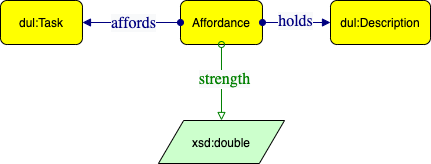
Earlier version of the draw.io export affordance/affordance.png (spice-h2020/SON). Source tidied: cells renumbered, new cells last; positions are measured from the earlier drawing's top-left corner, leaving out a move shared by most shapes.
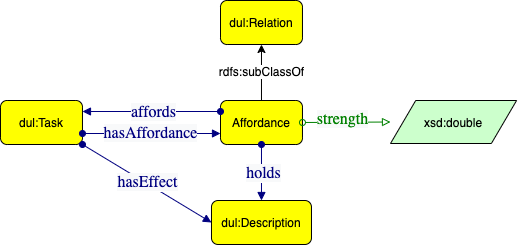
Later version of the same file.

What changed in the source:
```diff
@@ -6,27 +6,27 @@
       <mxGeometry x="180" width="82" height="44" as="geometry" />
     </mxCell>
     <mxCell id="3" value="dul:Task" style="graphMlID=n4;shape=rect;rounded=1;arcsize=30;fillColor=#ffff00;strokeColor=#000000;strokeWidth=1.0;" parent="1" vertex="1">
-      <mxGeometry width="82" height="44" as="geometry" />
+      <mxGeometry x="-40" width="82" height="44" as="geometry" />
     </mxCell>
     <mxCell id="4" value="xsd:double" style="graphMlID=n6;shape=parallelogram;fillColor=#ccffcc;strokeColor=#000000;strokeWidth=1.0;" parent="1" vertex="1">
-      <mxGeometry x="157.9" y="120" width="126.1" height="43" as="geometry" />
+      <mxGeometry x="350" width="126.1" height="43" as="geometry" />
     </mxCell>
-    <mxCell id="5" style="graphMlID=e2;rounded=0;endArrow=block;strokeColor=#008000;strokeWidth=1.0;startArrow=oval;startFill=0;endFill=0;entryX=0.5;entryY=0;entryDx=0;entryDy=0;exitX=0.5;exitY=1;exitDx=0;exitDy=0;" parent="1" edge="1" source="2" target="4">
+    <mxCell id="5" style="graphMlID=e2;rounded=0;endArrow=block;strokeColor=#008000;strokeWidth=1.0;startArrow=oval;startFill=0;endFill=0;entryX=0;entryY=0.5;entryDx=0;entryDy=0;exitX=1;exitY=0.5;exitDx=0;exitDy=0;" parent="1" edge="1" source="2" target="4">
       <mxGeometry relative="1" as="geometry" />
     </mxCell>
     <mxCell id="6" value="&lt;span style=&quot;color: rgb(0 , 128 , 0) ; font-family: &amp;#34;dialog&amp;#34; ; font-size: 16px ; background-color: rgb(248 , 249 , 250)&quot;&gt;strength&lt;/span&gt;" style="text;html=1;align=center;verticalAlign=middle;labelBackgroundColor=#ffffff;" parent="5" vertex="1">
       <mxGeometry x="-0.09" y="3" relative="1" as="geometry" />
     </mxCell>
     <mxCell id="7" value="dul:Description" style="graphMlID=n4;shape=rect;rounded=1;arcsize=30;fillColor=#ffff00;strokeColor=#000000;strokeWidth=1.0;" parent="1" vertex="1">
-      <mxGeometry x="330" width="100" height="44" as="geometry" />
+      <mxGeometry x="171" y="100" width="100" height="44" as="geometry" />
     </mxCell>
-    <mxCell id="8" style="graphMlID=e0;rounded=0;endArrow=block;strokeColor=#000080;strokeWidth=1.0;startArrow=oval;startFill=1;endFill=1;exitX=1;exitY=0.5;exitDx=0;exitDy=0;" parent="1" edge="1" source="2" target="7">
+    <mxCell id="8" style="graphMlID=e0;rounded=0;endArrow=block;strokeColor=#000080;strokeWidth=1.0;startArrow=oval;startFill=1;endFill=1;exitX=0.5;exitY=1;exitDx=0;exitDy=0;" parent="1" edge="1" source="2" target="7">
       <mxGeometry relative="1" as="geometry" />
     </mxCell>
     <mxCell id="9" value="&lt;span style=&quot;color: rgb(0 , 0 , 128) ; font-family: &amp;#34;dialog&amp;#34; ; font-size: 16px ; background-color: rgb(248 , 249 , 250)&quot;&gt;holds&lt;/span&gt;" style="text;html=1;align=center;verticalAlign=middle;labelBackgroundColor=#ffffff;" parent="8" vertex="1">
       <mxGeometry x="-0.02" y="2" relative="1" as="geometry" />
     </mxCell>
-    <mxCell id="10" style="graphMlID=e0;rounded=0;endArrow=block;strokeColor=#000080;strokeWidth=1.0;startArrow=oval;startFill=1;endFill=1;exitX=0;exitY=0.5;exitDx=0;exitDy=0;entryX=1;entryY=0.5;entryDx=0;entryDy=0;" parent="1" edge="1" source="2" target="3">
+    <mxCell id="10" style="graphMlID=e0;rounded=0;endArrow=block;strokeColor=#000080;strokeWidth=1.0;startArrow=oval;startFill=1;endFill=1;exitX=0;exitY=0.25;exitDx=0;exitDy=0;entryX=1;entryY=0.25;entryDx=0;entryDy=0;" parent="1" edge="1" source="2" target="3">
       <mxGeometry relative="1" as="geometry" />
     </mxCell>
     <mxCell id="11" value="&lt;span style=&quot;color: rgb(0 , 0 , 128) ; font-family: &amp;#34;dialog&amp;#34; ; font-size: 16px ; background-color: rgb(248 , 249 , 250)&quot;&gt;affords&lt;/span&gt;" style="text;html=1;align=center;verticalAlign=middle;labelBackgroundColor=#ffffff;" parent="10" vertex="1">
@@ -34,5 +34,32 @@
         <mxPoint y="-2" as="offset" />
       </mxGeometry>
     </mxCell>
+    <mxCell id="12" value="dul:Relation" style="graphMlID=n4;shape=rect;rounded=1;arcsize=30;fillColor=#ffff00;strokeColor=#000000;strokeWidth=1.0;" parent="1" vertex="1">
+      <mxGeometry x="180" y="-100" width="82" height="44" as="geometry" />
+    </mxCell>
+    <mxCell id="13" style="endArrow=classic;html=1;textDirection=ltr;entryX=0.5;entryY=1;entryDx=0;entryDy=0;exitX=0.5;exitY=0;exitDx=0;exitDy=0;" parent="1" edge="1" source="2" target="12">
+      <mxGeometry relative="1" as="geometry" />
+    </mxCell>
+    <mxCell id="14" value="rdfs:subClassOf" style="text;html=1;align=center;verticalAlign=middle;labelBackgroundColor=#ffffff;rotation=0;" parent="13" vertex="1">
+      <mxGeometry x="-0.22" relative="1" as="geometry">
+        <mxPoint y="-8" as="offset" />
+      </mxGeometry>
+    </mxCell>
+    <mxCell id="15" style="graphMlID=e0;rounded=0;endArrow=block;strokeColor=#000080;strokeWidth=1.0;startArrow=oval;startFill=1;endFill=1;entryX=0;entryY=0.75;entryDx=0;entryDy=0;exitX=1;exitY=0.75;exitDx=0;exitDy=0;" parent="1" edge="1" source="3" target="2">
+      <mxGeometry relative="1" as="geometry" />
+    </mxCell>
+    <mxCell id="16" value="&lt;span style=&quot;color: rgb(0 , 0 , 128) ; font-family: &amp;#34;dialog&amp;#34; ; font-size: 16px ; background-color: rgb(248 , 249 , 250)&quot;&gt;hasAffordance&lt;/span&gt;" style="text;html=1;align=center;verticalAlign=middle;labelBackgroundColor=#ffffff;" parent="15" vertex="1">
+      <mxGeometry x="-0.02" y="2" relative="1" as="geometry">
+        <mxPoint y="1" as="offset" />
+      </mxGeometry>
+    </mxCell>
+    <mxCell id="17" style="graphMlID=e0;rounded=0;endArrow=block;strokeColor=#000080;strokeWidth=1.0;startArrow=oval;startFill=1;endFill=1;entryX=0;entryY=0.5;entryDx=0;entryDy=0;exitX=1;exitY=1;exitDx=0;exitDy=0;" parent="1" edge="1" source="3" target="7">
+      <mxGeometry relative="1" as="geometry" />
+    </mxCell>
+    <mxCell id="18" value="&lt;span style=&quot;color: rgb(0 , 0 , 128) ; font-family: &amp;#34;dialog&amp;#34; ; font-size: 16px ; background-color: rgb(248 , 249 , 250)&quot;&gt;hasEffect&lt;/span&gt;" style="text;html=1;align=center;verticalAlign=middle;labelBackgroundColor=#ffffff;" parent="17" vertex="1">
+      <mxGeometry x="-0.02" y="2" relative="1" as="geometry">
+        <mxPoint y="1" as="offset" />
+      </mxGeometry>
+    </mxCell>
   </root>
 </mxGraphModel>
```
